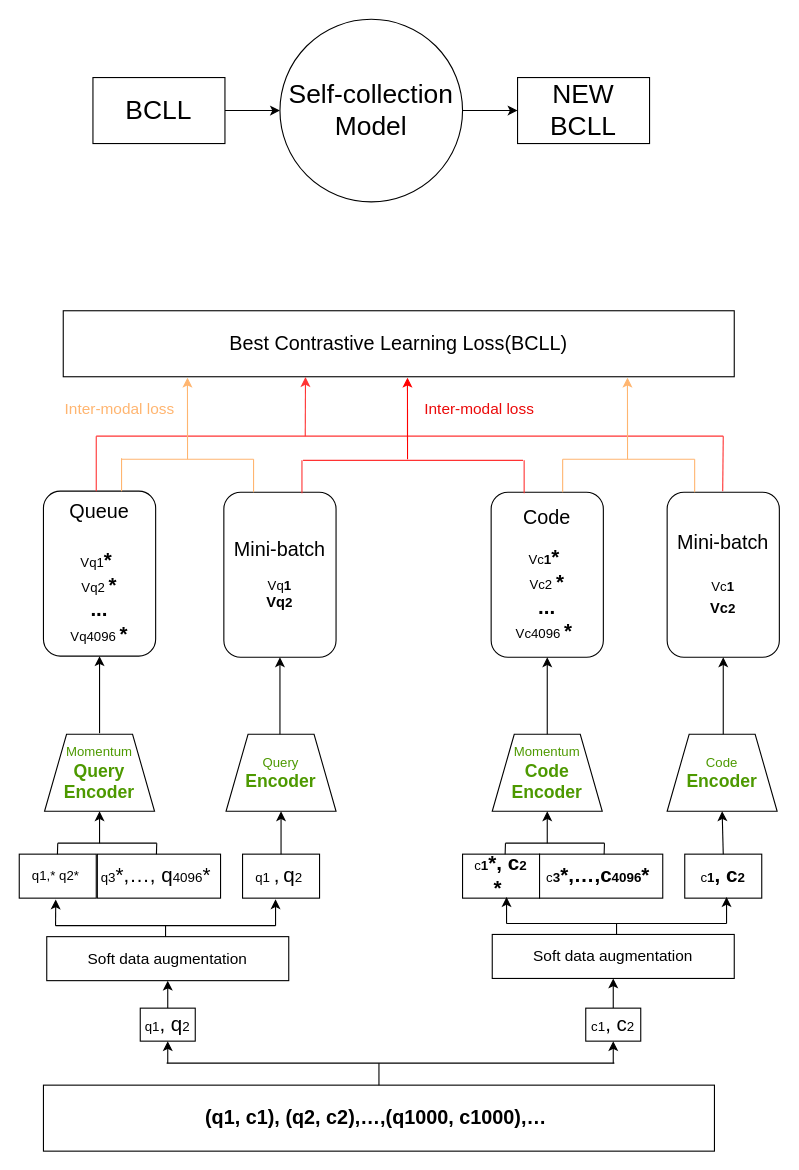
Before: 未命名绘图.drawio in Raychon614/StudentData, a draw.io diagram. Source tidied: cells renumbered, new cells numbered last; positions are measured from the earlier drawing's top-left corner, leaving out a move shared by most shapes. Both pictures are drawn from the tidied source at 110%, with x=0, y=0 at pixel (19, 19).
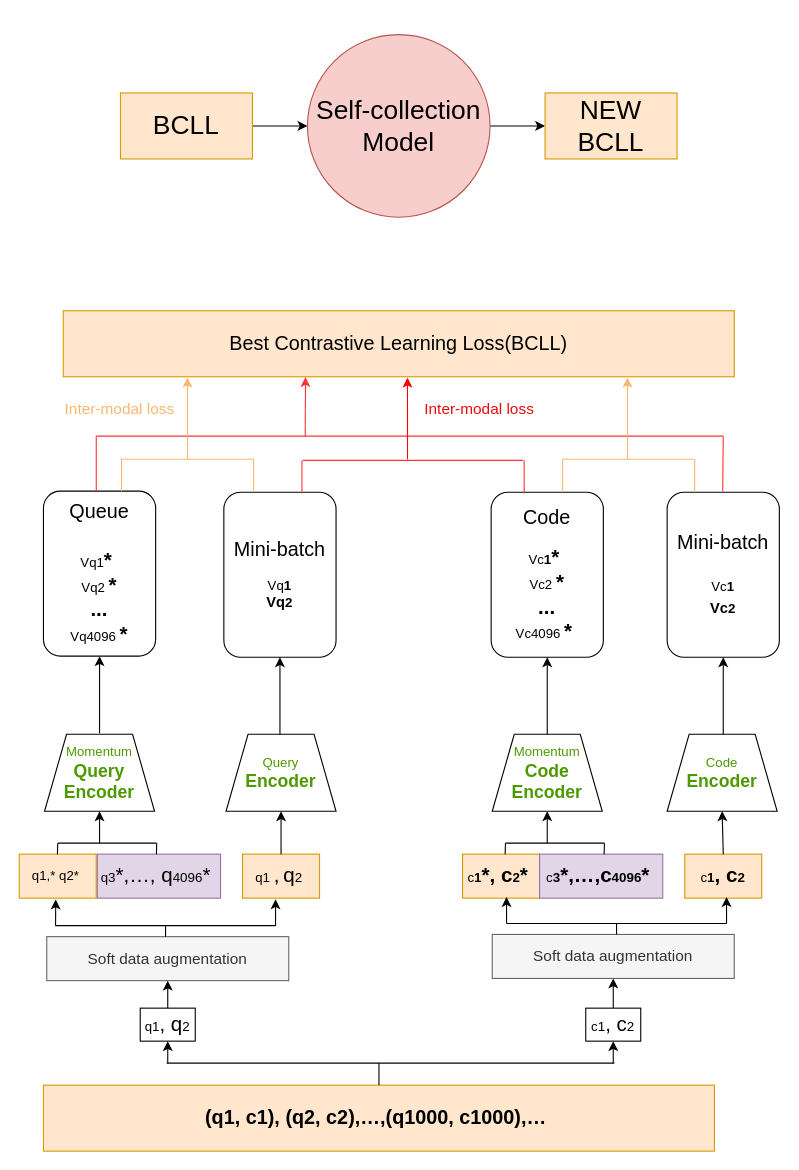
After the change.

Commit message:
更新未命名绘图.drawio

Diff of the diagram source:
```diff
@@
-    <mxCell id="2" value="&lt;div&gt;&lt;font style=&quot;font-size: 18px;&quot;&gt;&lt;b&gt;(q&lt;span style=&quot;font-family: Arial-BoldMT;&quot;&gt;1&lt;/span&gt;&lt;span style=&quot;font-family: Arial-BoldMT;&quot;&gt;, c&lt;/span&gt;&lt;span style=&quot;font-family: Arial-BoldMT;&quot;&gt;1&lt;/span&gt;&lt;span style=&quot;font-family: Arial-BoldMT;&quot;&gt;), (q&lt;/span&gt;&lt;span style=&quot;font-family: Arial-BoldMT;&quot;&gt;2&lt;/span&gt;&lt;span style=&quot;font-family: Arial-BoldMT;&quot;&gt;, c&lt;/span&gt;&lt;span style=&quot;font-family: Arial-BoldMT;&quot;&gt;2&lt;/span&gt;&lt;span style=&quot;font-family: Arial-BoldMT;&quot;&gt;),&lt;/span&gt;&lt;span style=&quot;font-family: 宋体;&quot;&gt;…&lt;/span&gt;&lt;span style=&quot;font-family: Arial-BoldMT;&quot;&gt;,(q&lt;/span&gt;&lt;span style=&quot;font-family: Arial-BoldMT;&quot;&gt;1000&lt;/span&gt;&lt;span style=&quot;font-family: Arial-BoldMT;&quot;&gt;, c&lt;/span&gt;&lt;span style=&quot;font-family: Arial-BoldMT;&quot;&gt;1000&lt;/span&gt;&lt;span style=&quot;font-family: Arial-BoldMT;&quot;&gt;),&lt;/span&gt;&lt;span style=&quot;font-family: 宋体;&quot;&gt;…&amp;nbsp;&lt;/span&gt;&lt;/b&gt;&lt;/font&gt;&lt;/div&gt;" style="rounded=0;whiteSpace=wrap;html=1;" parent="1" vertex="1">
+    <mxCell id="2" value="&lt;div&gt;&lt;font style=&quot;font-size: 18px;&quot;&gt;&lt;b&gt;(q&lt;span style=&quot;font-family: Arial-BoldMT;&quot;&gt;1&lt;/span&gt;&lt;span style=&quot;font-family: Arial-BoldMT;&quot;&gt;, c&lt;/span&gt;&lt;span style=&quot;font-family: Arial-BoldMT;&quot;&gt;1&lt;/span&gt;&lt;span style=&quot;font-family: Arial-BoldMT;&quot;&gt;), (q&lt;/span&gt;&lt;span style=&quot;font-family: Arial-BoldMT;&quot;&gt;2&lt;/span&gt;&lt;span style=&quot;font-family: Arial-BoldMT;&quot;&gt;, c&lt;/span&gt;&lt;span style=&quot;font-family: Arial-BoldMT;&quot;&gt;2&lt;/span&gt;&lt;span style=&quot;font-family: Arial-BoldMT;&quot;&gt;),&lt;/span&gt;&lt;span style=&quot;font-family: 宋体;&quot;&gt;…&lt;/span&gt;&lt;span style=&quot;font-family: Arial-BoldMT;&quot;&gt;,(q&lt;/span&gt;&lt;span style=&quot;font-family: Arial-BoldMT;&quot;&gt;1000&lt;/span&gt;&lt;span style=&quot;font-family: Arial-BoldMT;&quot;&gt;, c&lt;/span&gt;&lt;span style=&quot;font-family: Arial-BoldMT;&quot;&gt;1000&lt;/span&gt;&lt;span style=&quot;font-family: Arial-BoldMT;&quot;&gt;),&lt;/span&gt;&lt;span style=&quot;font-family: 宋体;&quot;&gt;…&amp;nbsp;&lt;/span&gt;&lt;/b&gt;&lt;/font&gt;&lt;/div&gt;" style="rounded=0;whiteSpace=wrap;html=1;fillColor=#ffe6cc;strokeColor=#d79b00;" parent="1" vertex="1">
       <mxGeometry x="22" y="969" width="610" height="60" as="geometry" />
     </mxCell>
-    <mxCell id="3" value="&lt;div&gt;&lt;font style=&quot;font-size: 14px;&quot;&gt;Soft data augmentation&lt;/font&gt;&lt;/div&gt;" style="rounded=0;whiteSpace=wrap;html=1;" parent="1" vertex="1">
+    <mxCell id="3" value="&lt;div&gt;&lt;font style=&quot;font-size: 14px;&quot;&gt;Soft data augmentation&lt;/font&gt;&lt;/div&gt;" style="rounded=0;whiteSpace=wrap;html=1;fillColor=#f5f5f5;fontColor=#333333;strokeColor=#666666;" parent="1" vertex="1">
       <mxGeometry x="25" y="834" width="220" height="40" as="geometry" />
     </mxCell>
-    <mxCell id="4" value="&lt;div&gt;&lt;font style=&quot;font-size: 14px;&quot;&gt;Soft data augmentation&lt;/font&gt;&lt;/div&gt;" style="rounded=0;whiteSpace=wrap;html=1;" parent="1" vertex="1">
+    <mxCell id="4" value="&lt;div&gt;&lt;font style=&quot;font-size: 14px;&quot;&gt;Soft data augmentation&lt;/font&gt;&lt;/div&gt;" style="rounded=0;whiteSpace=wrap;html=1;fillColor=#f5f5f5;fontColor=#333333;strokeColor=#666666;" parent="1" vertex="1">
       <mxGeometry x="430" y="832" width="220" height="40" as="geometry" />
     </mxCell>
@@
-    <mxCell id="13" value="&lt;div&gt;&lt;font style=&quot;font-size: 12px;&quot;&gt;q&lt;span style=&quot;font-family: Arial-BoldMT;&quot;&gt;1&lt;/span&gt;&lt;span style=&quot;font-family: Arial-BoldMT;&quot;&gt;,* q&lt;/span&gt;&lt;span style=&quot;font-family: Arial-BoldMT;&quot;&gt;2&lt;/span&gt;&lt;span style=&quot;font-family: Arial-BoldMT;&quot;&gt;*&amp;nbsp;&lt;/span&gt;&lt;/font&gt;&lt;/div&gt;" style="rounded=0;whiteSpace=wrap;html=1;" parent="1" vertex="1">
+    <mxCell id="13" value="&lt;div&gt;&lt;font style=&quot;font-size: 12px;&quot;&gt;q&lt;span style=&quot;font-family: Arial-BoldMT;&quot;&gt;1&lt;/span&gt;&lt;span style=&quot;font-family: Arial-BoldMT;&quot;&gt;,* q&lt;/span&gt;&lt;span style=&quot;font-family: Arial-BoldMT;&quot;&gt;2&lt;/span&gt;&lt;span style=&quot;font-family: Arial-BoldMT;&quot;&gt;*&amp;nbsp;&lt;/span&gt;&lt;/font&gt;&lt;/div&gt;" style="rounded=0;whiteSpace=wrap;html=1;fillColor=#ffe6cc;strokeColor=#d79b00;" parent="1" vertex="1">
       <mxGeometry y="759" width="70" height="40" as="geometry" />
     </mxCell>
-    <mxCell id="14" value="&lt;div&gt;q&lt;span style=&quot;font-size: 9.12pt; font-family: Arial-BoldMT;&quot;&gt;3&lt;/span&gt;&lt;span style=&quot;font-size: 14.04pt; font-family: Arial-BoldMT;&quot;&gt;*,&lt;/span&gt;&lt;span style=&quot;font-size: 14.04pt; font-family: 宋体;&quot;&gt;…&lt;/span&gt;&lt;span style=&quot;font-size: 14.04pt; font-family: Arial-BoldMT;&quot;&gt;, q&lt;/span&gt;&lt;span style=&quot;font-size: 9.12pt; font-family: Arial-BoldMT;&quot;&gt;4096&lt;/span&gt;&lt;span style=&quot;font-size: 14.04pt; font-family: Arial-BoldMT;&quot;&gt;*&amp;nbsp;&lt;/span&gt;&lt;/div&gt;" style="rounded=0;whiteSpace=wrap;html=1;" parent="1" vertex="1">
+    <mxCell id="14" value="&lt;div&gt;q&lt;span style=&quot;font-size: 9.12pt; font-family: Arial-BoldMT;&quot;&gt;3&lt;/span&gt;&lt;span style=&quot;font-size: 14.04pt; font-family: Arial-BoldMT;&quot;&gt;*,&lt;/span&gt;&lt;span style=&quot;font-size: 14.04pt; font-family: 宋体;&quot;&gt;…&lt;/span&gt;&lt;span style=&quot;font-size: 14.04pt; font-family: Arial-BoldMT;&quot;&gt;, q&lt;/span&gt;&lt;span style=&quot;font-size: 9.12pt; font-family: Arial-BoldMT;&quot;&gt;4096&lt;/span&gt;&lt;span style=&quot;font-size: 14.04pt; font-family: Arial-BoldMT;&quot;&gt;*&amp;nbsp;&lt;/span&gt;&lt;/div&gt;" style="rounded=0;whiteSpace=wrap;html=1;fillColor=#e1d5e7;strokeColor=#9673a6;" parent="1" vertex="1">
       <mxGeometry x="71" y="759" width="112" height="40" as="geometry" />
     </mxCell>
-    <mxCell id="15" value="&lt;div&gt;q&lt;span style=&quot;font-size: 9.12pt; font-family: Arial-BoldMT;&quot;&gt;1 &lt;/span&gt;&lt;span style=&quot;font-size: 14.064pt; font-family: Arial-BoldMT;&quot;&gt;,&lt;/span&gt;&lt;span style=&quot;font-size: 9.12pt; font-family: Arial-BoldMT;&quot;&gt; &lt;/span&gt;&lt;span style=&quot;font-size: 14.064pt; font-family: Arial-BoldMT;&quot;&gt;q&lt;/span&gt;&lt;span style=&quot;font-size: 9.12pt; font-family: Arial-BoldMT;&quot;&gt;2&amp;nbsp;&lt;/span&gt;&lt;/div&gt;" style="rounded=0;whiteSpace=wrap;html=1;" parent="1" vertex="1">
+    <mxCell id="15" value="&lt;div&gt;q&lt;span style=&quot;font-size: 9.12pt; font-family: Arial-BoldMT;&quot;&gt;1 &lt;/span&gt;&lt;span style=&quot;font-size: 14.064pt; font-family: Arial-BoldMT;&quot;&gt;,&lt;/span&gt;&lt;span style=&quot;font-size: 9.12pt; font-family: Arial-BoldMT;&quot;&gt; &lt;/span&gt;&lt;span style=&quot;font-size: 14.064pt; font-family: Arial-BoldMT;&quot;&gt;q&lt;/span&gt;&lt;span style=&quot;font-size: 9.12pt; font-family: Arial-BoldMT;&quot;&gt;2&amp;nbsp;&lt;/span&gt;&lt;/div&gt;" style="rounded=0;whiteSpace=wrap;html=1;fillColor=#ffe6cc;strokeColor=#d79b00;" parent="1" vertex="1">
       <mxGeometry x="203" y="759" width="70" height="40" as="geometry" />
     </mxCell>
-    <mxCell id="16" value="&lt;div&gt;c&lt;span style=&quot;font-size: 9.12pt; font-family: Arial-BoldMT; font-weight: bold;&quot;&gt;1&lt;/span&gt;&lt;span style=&quot;font-size: 14.064pt; font-family: Arial-BoldMT; font-weight: bold;&quot;&gt;*, c&lt;/span&gt;&lt;span style=&quot;font-size: 9.12pt; font-family: Arial-BoldMT; font-weight: bold;&quot;&gt;2&lt;br/&gt;&lt;/span&gt;&lt;span style=&quot;font-size: 14.064pt; font-family: Arial-BoldMT; font-weight: bold;&quot;&gt;*&amp;nbsp;&lt;/span&gt;&lt;/div&gt;" style="rounded=0;whiteSpace=wrap;html=1;" parent="1" vertex="1">
+    <mxCell id="16" value="&lt;div&gt;c&lt;span style=&quot;font-size: 9.12pt; font-family: Arial-BoldMT; font-weight: bold;&quot;&gt;1&lt;/span&gt;&lt;span style=&quot;font-size: 14.064pt; font-family: Arial-BoldMT; font-weight: bold;&quot;&gt;*, c&lt;/span&gt;&lt;span style=&quot;font-size: 9.12pt; font-family: Arial-BoldMT; font-weight: bold;&quot;&gt;2&lt;/span&gt;&lt;span style=&quot;font-size: 14.064pt; font-family: Arial-BoldMT; font-weight: bold;&quot;&gt;*&amp;nbsp;&lt;/span&gt;&lt;/div&gt;" style="rounded=0;whiteSpace=wrap;html=1;fillColor=#ffe6cc;strokeColor=#d79b00;" parent="1" vertex="1">
       <mxGeometry x="403" y="759" width="70" height="40" as="geometry" />
     </mxCell>
-    <mxCell id="17" value="&lt;div&gt;c&lt;span style=&quot;font-size: 9.12pt; font-family: Arial-BoldMT; font-weight: bold;&quot;&gt;3&lt;/span&gt;&lt;span style=&quot;font-size: 14.04pt; font-family: Arial-BoldMT; font-weight: bold;&quot;&gt;*,&lt;/span&gt;&lt;span style=&quot;font-size: 14.04pt; font-family: 宋体; font-weight: bold;&quot;&gt;…&lt;/span&gt;&lt;span style=&quot;font-size: 14.04pt; font-family: Arial-BoldMT; font-weight: bold;&quot;&gt;,c&lt;/span&gt;&lt;span style=&quot;font-size: 9.12pt; font-family: Arial-BoldMT; font-weight: bold;&quot;&gt;4096&lt;/span&gt;&lt;span style=&quot;font-size: 14.04pt; font-family: Arial-BoldMT; font-weight: bold;&quot;&gt;*&amp;nbsp;&lt;/span&gt;&lt;/div&gt;" style="rounded=0;whiteSpace=wrap;html=1;" parent="1" vertex="1">
+    <mxCell id="17" value="&lt;div&gt;c&lt;span style=&quot;font-size: 9.12pt; font-family: Arial-BoldMT; font-weight: bold;&quot;&gt;3&lt;/span&gt;&lt;span style=&quot;font-size: 14.04pt; font-family: Arial-BoldMT; font-weight: bold;&quot;&gt;*,&lt;/span&gt;&lt;span style=&quot;font-size: 14.04pt; font-family: 宋体; font-weight: bold;&quot;&gt;…&lt;/span&gt;&lt;span style=&quot;font-size: 14.04pt; font-family: Arial-BoldMT; font-weight: bold;&quot;&gt;,c&lt;/span&gt;&lt;span style=&quot;font-size: 9.12pt; font-family: Arial-BoldMT; font-weight: bold;&quot;&gt;4096&lt;/span&gt;&lt;span style=&quot;font-size: 14.04pt; font-family: Arial-BoldMT; font-weight: bold;&quot;&gt;*&amp;nbsp;&lt;/span&gt;&lt;/div&gt;" style="rounded=0;whiteSpace=wrap;html=1;fillColor=#e1d5e7;strokeColor=#9673a6;" parent="1" vertex="1">
       <mxGeometry x="473" y="759" width="112" height="40" as="geometry" />
     </mxCell>
-    <mxCell id="18" value="&lt;div&gt;c&lt;span style=&quot;font-size: 9.12pt; font-family: Arial-BoldMT; font-weight: bold;&quot;&gt;1&lt;/span&gt;&lt;span style=&quot;font-size: 14.064pt; font-family: Arial-BoldMT; font-weight: bold;&quot;&gt;, c&lt;/span&gt;&lt;span style=&quot;font-size: 9.12pt; font-family: Arial-BoldMT; font-weight: bold;&quot;&gt;2&lt;/span&gt;&lt;/div&gt;" style="rounded=0;whiteSpace=wrap;html=1;" parent="1" vertex="1">
+    <mxCell id="18" value="&lt;div&gt;c&lt;span style=&quot;font-size: 9.12pt; font-family: Arial-BoldMT; font-weight: bold;&quot;&gt;1&lt;/span&gt;&lt;span style=&quot;font-size: 14.064pt; font-family: Arial-BoldMT; font-weight: bold;&quot;&gt;, c&lt;/span&gt;&lt;span style=&quot;font-size: 9.12pt; font-family: Arial-BoldMT; font-weight: bold;&quot;&gt;2&lt;/span&gt;&lt;/div&gt;" style="rounded=0;whiteSpace=wrap;html=1;fillColor=#ffe6cc;strokeColor=#d79b00;" parent="1" vertex="1">
       <mxGeometry x="605" y="759" width="70" height="40" as="geometry" />
     </mxCell>
@@
-    <mxCell id="49" value="&lt;div&gt;&lt;font style=&quot;font-size: 18px;&quot;&gt;Best Contrastive Learning Loss(BCLL)&lt;/font&gt;&lt;/div&gt;" style="rounded=0;whiteSpace=wrap;html=1;" parent="1" vertex="1">
+    <mxCell id="49" value="&lt;div&gt;&lt;font style=&quot;font-size: 18px;&quot;&gt;Best Contrastive Learning Loss(BCLL)&lt;/font&gt;&lt;/div&gt;" style="rounded=0;whiteSpace=wrap;html=1;fillColor=#ffe6cc;strokeColor=#d79b00;" parent="1" vertex="1">
       <mxGeometry x="40" y="265" width="610" height="60" as="geometry" />
     </mxCell>
@@
-    <mxCell id="69" value="&lt;font style=&quot;font-size: 24px;&quot;&gt;Self-collection&lt;br&gt;Model&lt;/font&gt;" style="ellipse;whiteSpace=wrap;html=1;" parent="1" vertex="1">
-      <mxGeometry x="237" width="166" height="166" as="geometry" />
+    <mxCell id="69" value="&lt;font style=&quot;font-size: 24px;&quot;&gt;Self-collection&lt;br&gt;Model&lt;/font&gt;" style="ellipse;whiteSpace=wrap;html=1;fillColor=#f8cecc;strokeColor=#b85450;" parent="1" vertex="1">
+      <mxGeometry x="262" y="14" width="166" height="166" as="geometry" />
     </mxCell>
@@
-    <mxCell id="71" value="&lt;font style=&quot;font-size: 24px;&quot;&gt;BCLL&lt;/font&gt;" style="rounded=0;whiteSpace=wrap;html=1;" parent="1" vertex="1">
-      <mxGeometry x="67" y="53" width="120" height="60" as="geometry" />
+    <mxCell id="71" value="&lt;font style=&quot;font-size: 24px;&quot;&gt;BCLL&lt;/font&gt;" style="rounded=0;whiteSpace=wrap;html=1;fillColor=#ffe6cc;strokeColor=#d79b00;" parent="1" vertex="1">
+      <mxGeometry x="92" y="67" width="120" height="60" as="geometry" />
     </mxCell>
-    <mxCell id="72" value="&lt;font style=&quot;font-size: 24px;&quot;&gt;NEW BCLL&lt;/font&gt;" style="rounded=0;whiteSpace=wrap;html=1;" parent="1" vertex="1">
-      <mxGeometry x="453" y="53" width="120" height="60" as="geometry" />
+    <mxCell id="72" value="&lt;font style=&quot;font-size: 24px;&quot;&gt;NEW BCLL&lt;/font&gt;" style="rounded=0;whiteSpace=wrap;html=1;fillColor=#ffe6cc;strokeColor=#d79b00;" parent="1" vertex="1">
+      <mxGeometry x="478" y="67" width="120" height="60" as="geometry" />
     </mxCell>
```
